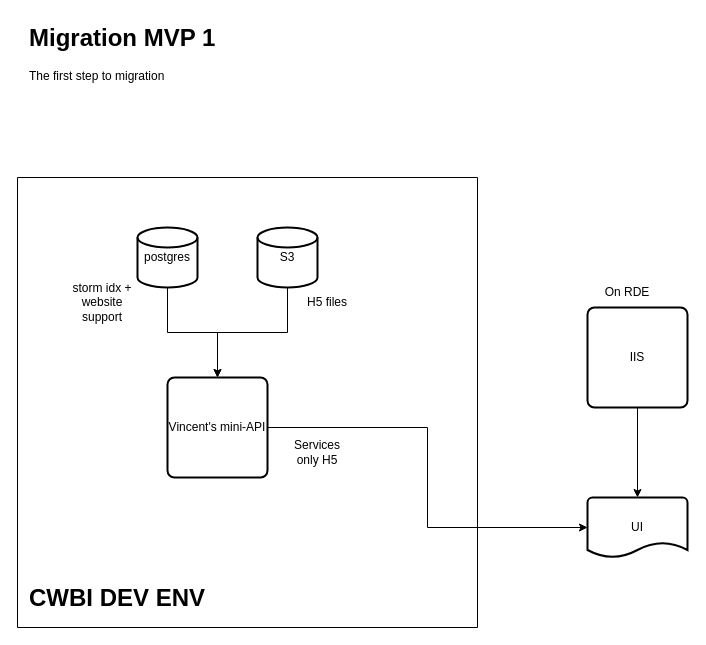
This is CHS-CWBI.drawio from USACE/chart-docs, a draw.io file, before an edit. Source tidied: cells renumbered, new cells numbered last; positions are measured from the earlier drawing's top-left corner, leaving out a move shared by most shapes. Both pictures are drawn from the tidied source at 100%, with x=0, y=0 at pixel (17, 17).
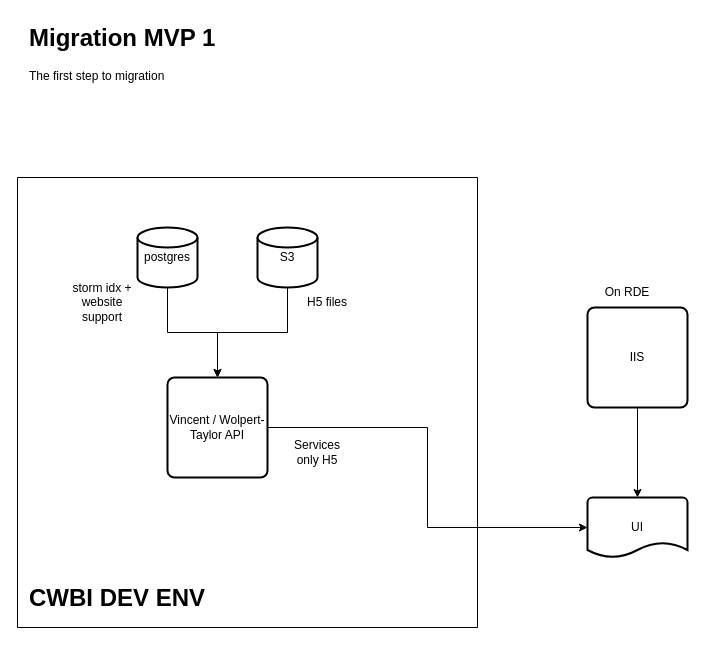
The same page after the edit.

The edit, as a diff of the source:
```diff
@@
 <mxGraphModel>
   <root>
     <mxCell id="0" />
     <mxCell id="1" parent="0" />
     <mxCell id="2" style="swimlane;startSize=0;" parent="1" vertex="1">
       <mxGeometry y="160" width="460" height="450" as="geometry" />
     </mxCell>
-    <mxCell id="3" value="Vincent's mini-API" style="rounded=1;whiteSpace=wrap;html=1;absoluteArcSize=1;arcSize=14;strokeWidth=2;" parent="2" vertex="1">
+    <mxCell id="3" value="Vincent / Wolpert-Taylor API" style="rounded=1;whiteSpace=wrap;html=1;absoluteArcSize=1;arcSize=14;strokeWidth=2;" parent="2" vertex="1">
       <mxGeometry x="150" y="200" width="100" height="100" as="geometry" />
     </mxCell>
     <mxCell id="4" style="edgeStyle=orthogonalEdgeStyle;rounded=0;jettySize=auto;html=1;" parent="2" edge="1" source="5" target="3">
       <mxGeometry relative="1" as="geometry" />
     </mxCell>
     <mxCell id="5" value="postgres" style="strokeWidth=2;html=1;shape=mxgraph.flowchart.database;whiteSpace=wrap;" parent="2" vertex="1">
       <mxGeometry x="120" y="50" width="60" height="60" as="geometry" />
     </mxCell>
     <mxCell id="6" style="edgeStyle=orthogonalEdgeStyle;rounded=0;jettySize=auto;html=1;" parent="2" edge="1" source="7" target="3">
       <mxGeometry relative="1" as="geometry" />
     </mxCell>
     <mxCell id="7" value="S3" style="strokeWidth=2;html=1;shape=mxgraph.flowchart.database;whiteSpace=wrap;" parent="2" vertex="1">
       <mxGeometry x="240" y="50" width="60" height="60" as="geometry" />
     </mxCell>
     <mxCell id="8" value="&lt;h1 style=&quot;margin-top: 0px;&quot;&gt;CWBI DEV ENV&lt;/h1&gt;&lt;p&gt;&lt;br&gt;&lt;/p&gt;" style="text;html=1;whiteSpace=wrap;overflow=hidden;rounded=0;" parent="2" vertex="1">
       <mxGeometry x="10" y="400" width="180" height="40" as="geometry" />
     </mxCell>
     <mxCell id="9" value="Services only H5" style="text;html=1;align=center;verticalAlign=middle;whiteSpace=wrap;rounded=0;" parent="2" vertex="1">
       <mxGeometry x="270" y="260" width="60" height="30" as="geometry" />
     </mxCell>
     <mxCell id="10" value="storm idx + website support" style="text;html=1;align=center;verticalAlign=middle;whiteSpace=wrap;rounded=0;" parent="2" vertex="1">
       <mxGeometry x="50" y="100" width="70" height="50" as="geometry" />
     </mxCell>
     <mxCell id="11" value="H5 files" style="text;html=1;align=center;verticalAlign=middle;whiteSpace=wrap;rounded=0;" parent="2" vertex="1">
       <mxGeometry x="275" y="100" width="70" height="50" as="geometry" />
     </mxCell>
     <mxCell id="12" style="edgeStyle=orthogonalEdgeStyle;rounded=0;jettySize=auto;html=1;" parent="1" edge="1" source="13" target="14">
       <mxGeometry relative="1" as="geometry" />
     </mxCell>
     <mxCell id="13" value="IIS" style="rounded=1;whiteSpace=wrap;html=1;absoluteArcSize=1;arcSize=14;strokeWidth=2;" parent="1" vertex="1">
       <mxGeometry x="570" y="290" width="100" height="100" as="geometry" />
     </mxCell>
     <mxCell id="14" value="UI" style="strokeWidth=2;html=1;shape=mxgraph.flowchart.document2;whiteSpace=wrap;size=0.25;" parent="1" vertex="1">
       <mxGeometry x="570" y="480" width="100" height="60" as="geometry" />
     </mxCell>
     <mxCell id="15" style="edgeStyle=orthogonalEdgeStyle;rounded=0;jettySize=auto;html=1;entryX=0;entryY=0.5;entryDx=0;entryDy=0;entryPerimeter=0;" parent="1" edge="1" source="3" target="14">
       <mxGeometry relative="1" as="geometry" />
     </mxCell>
     <mxCell id="16" value="On RDE" style="text;html=1;align=center;verticalAlign=middle;whiteSpace=wrap;rounded=0;" parent="1" vertex="1">
       <mxGeometry x="580" y="260" width="60" height="30" as="geometry" />
     </mxCell>
     <mxCell id="17" value="&lt;h1 style=&quot;margin-top: 0px;&quot;&gt;Migration MVP 1&lt;/h1&gt;&lt;p&gt;The first step to migration&lt;/p&gt;" style="text;html=1;whiteSpace=wrap;overflow=hidden;rounded=0;" parent="1" vertex="1">
       <mxGeometry x="10" width="210" height="120" as="geometry" />
     </mxCell>
   </root>
 </mxGraphModel>
```
